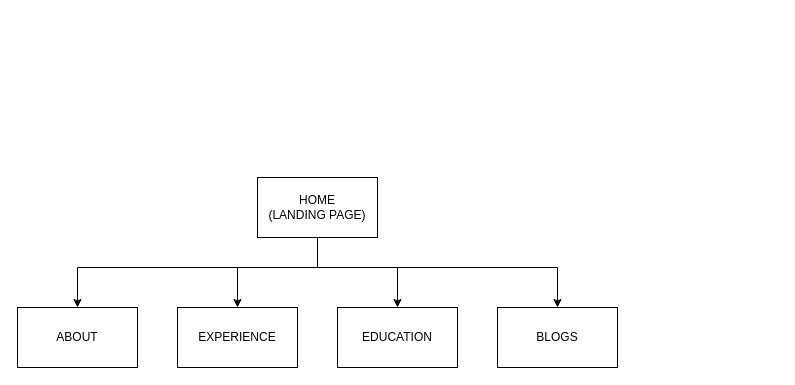
Mostofa-Abedin/-ShekhMostofaAbedin-_T1A2 keeps this draw.io diagram as Sitemaps/T1A2_Sitemap_Draft.drawio. Above is the earlier version. Source tidied: cells renumbered, new cells numbered last; positions are measured from the earlier drawing's top-left corner, leaving out a move shared by most shapes. Both pictures are drawn from the tidied source at 100%, with x=0, y=0 at pixel (17, 177).
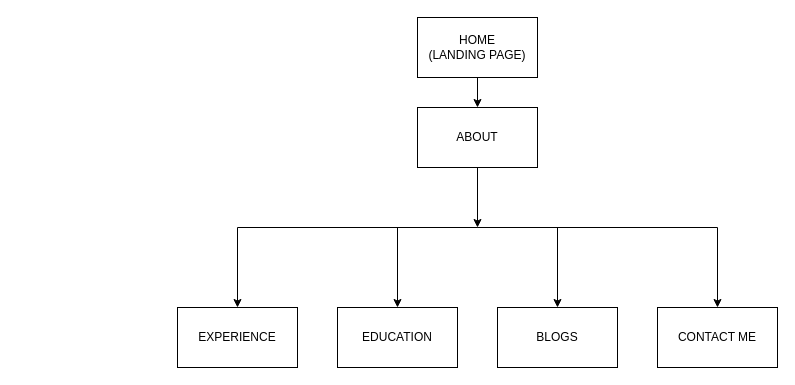
The same page after the edit.

The change refers to these unchanged cells:
```xml
<mxCell id="3" value="BLOGS" style="rounded=0;whiteSpace=wrap;html=1;" parent="1" vertex="1">
  <mxGeometry x="480" y="130" width="120" height="60" as="geometry" />
</mxCell>
<mxCell id="4" value="EXPERIENCE" style="rounded=0;whiteSpace=wrap;html=1;" parent="1" vertex="1">
  <mxGeometry x="160" y="130" width="120" height="60" as="geometry" />
</mxCell>
<mxCell id="5" value="EDUCATION" style="rounded=0;whiteSpace=wrap;html=1;" parent="1" vertex="1">
  <mxGeometry x="320" y="130" width="120" height="60" as="geometry" />
</mxCell>
```

Diff of the diagram source:
```diff
@@
     <mxCell id="2" value="ABOUT" style="rounded=0;whiteSpace=wrap;html=1;" parent="1" vertex="1">
-      <mxGeometry y="130" width="120" height="60" as="geometry" />
+      <mxGeometry x="400" y="-70" width="120" height="60" as="geometry" />
     </mxCell>
@@
-    <mxCell id="6" style="endArrow=classic;html=1;rounded=0;exitX=0.5;exitY=1;exitDx=0;exitDy=0;entryX=0.5;entryY=0;entryDx=0;entryDy=0;" parent="1" edge="1" target="2">
-      <mxGeometry relative="1" as="geometry">
-        <mxPoint x="300" y="90" as="sourcePoint" />
-        <Array as="points">
-          <mxPoint x="60" y="90" />
-        </Array>
-      </mxGeometry>
-    </mxCell>
-    <mxCell id="7" style="endArrow=classic;html=1;rounded=0;exitX=0.5;exitY=1;exitDx=0;exitDy=0;entryX=0.5;entryY=0;entryDx=0;entryDy=0;" parent="1" edge="1" target="4">
-      <mxGeometry relative="1" as="geometry">
-        <mxPoint x="300" y="90" as="sourcePoint" />
-        <Array as="points">
-          <mxPoint x="220" y="90" />
-        </Array>
-      </mxGeometry>
-    </mxCell>
-    <mxCell id="8" style="endArrow=classic;html=1;rounded=0;entryX=0.5;entryY=0;entryDx=0;entryDy=0;" parent="1" edge="1" target="5">
-      <mxGeometry relative="1" as="geometry">
-        <mxPoint x="300" y="90" as="sourcePoint" />
-        <Array as="points">
-          <mxPoint x="380" y="90" />
-        </Array>
-      </mxGeometry>
-    </mxCell>
-    <mxCell id="9" style="endArrow=classic;html=1;rounded=0;entryX=0.5;entryY=0;entryDx=0;entryDy=0;exitX=0.5;exitY=1;exitDx=0;exitDy=0;" parent="1" edge="1" target="3">
-      <mxGeometry relative="1" as="geometry">
-        <mxPoint x="300" y="90" as="sourcePoint" />
-        <Array as="points">
-          <mxPoint x="540" y="90" />
-        </Array>
-      </mxGeometry>
-    </mxCell>
     <mxCell id="10" value="HOME&lt;br&gt;(LANDING PAGE)" style="rounded=0;whiteSpace=wrap;html=1;" parent="1" vertex="1">
-      <mxGeometry x="240" width="120" height="60" as="geometry" />
+      <mxGeometry x="400" y="-160" width="120" height="60" as="geometry" />
     </mxCell>
-    <mxCell id="11" style="endArrow=none;html=1;rounded=0;exitX=0.5;exitY=1;exitDx=0;exitDy=0;" parent="1" edge="1" source="10">
-      <mxGeometry relative="1" as="geometry">
-        <mxPoint x="300" y="90" as="targetPoint" />
-      </mxGeometry>
-    </mxCell>
+    <mxCell id="12" value="CONTACT ME" style="rounded=0;whiteSpace=wrap;html=1;" parent="1" vertex="1">
+      <mxGeometry x="640" y="130" width="120" height="60" as="geometry" />
+    </mxCell>
+    <mxCell id="13" style="endArrow=classic;html=1;rounded=0;exitX=0.5;exitY=1;exitDx=0;exitDy=0;" parent="1" edge="1" source="10">
+      <mxGeometry relative="1" as="geometry">
+        <mxPoint x="460" y="-70" as="targetPoint" />
+      </mxGeometry>
+    </mxCell>
+    <mxCell id="14" style="endArrow=classic;html=1;rounded=0;exitX=0.5;exitY=1;exitDx=0;exitDy=0;" parent="1" edge="1" source="2">
+      <mxGeometry relative="1" as="geometry">
+        <mxPoint x="460" y="50" as="targetPoint" />
+      </mxGeometry>
+    </mxCell>
+    <mxCell id="15" style="endArrow=classic;html=1;rounded=0;entryX=0.5;entryY=0;entryDx=0;entryDy=0;" parent="1" edge="1" target="4">
+      <mxGeometry relative="1" as="geometry">
+        <mxPoint x="460" y="50" as="sourcePoint" />
+        <Array as="points">
+          <mxPoint x="220" y="50" />
+        </Array>
+      </mxGeometry>
+    </mxCell>
+    <mxCell id="16" style="endArrow=classic;html=1;rounded=0;entryX=0.5;entryY=0;entryDx=0;entryDy=0;" parent="1" edge="1" target="5">
+      <mxGeometry relative="1" as="geometry">
+        <mxPoint x="460" y="50" as="sourcePoint" />
+        <Array as="points">
+          <mxPoint x="380" y="50" />
+        </Array>
+      </mxGeometry>
+    </mxCell>
+    <mxCell id="17" style="endArrow=classic;html=1;rounded=0;entryX=0.5;entryY=0;entryDx=0;entryDy=0;" parent="1" edge="1" target="3">
+      <mxGeometry relative="1" as="geometry">
+        <mxPoint x="460" y="50" as="sourcePoint" />
+        <Array as="points">
+          <mxPoint x="540" y="50" />
+        </Array>
+      </mxGeometry>
+    </mxCell>
+    <mxCell id="18" style="endArrow=classic;html=1;rounded=0;entryX=0.5;entryY=0;entryDx=0;entryDy=0;" parent="1" edge="1" target="12">
+      <mxGeometry relative="1" as="geometry">
+        <mxPoint x="460" y="50" as="sourcePoint" />
+        <Array as="points">
+          <mxPoint x="700" y="50" />
+        </Array>
+      </mxGeometry>
+    </mxCell>
```
